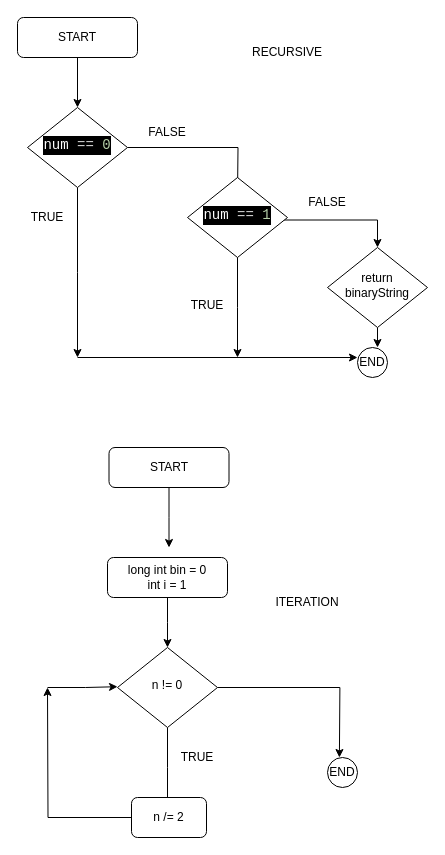
The draw.io diagram Untitled Diagram.drawio in MaxGitHub0515/College-labs, before the edit. Source tidied: cells renumbered, new cells numbered last; positions are measured from the earlier drawing's top-left corner, leaving out a move shared by most shapes. Both pictures are drawn from the tidied source at 100%, with x=0, y=0 at pixel (17, 17).
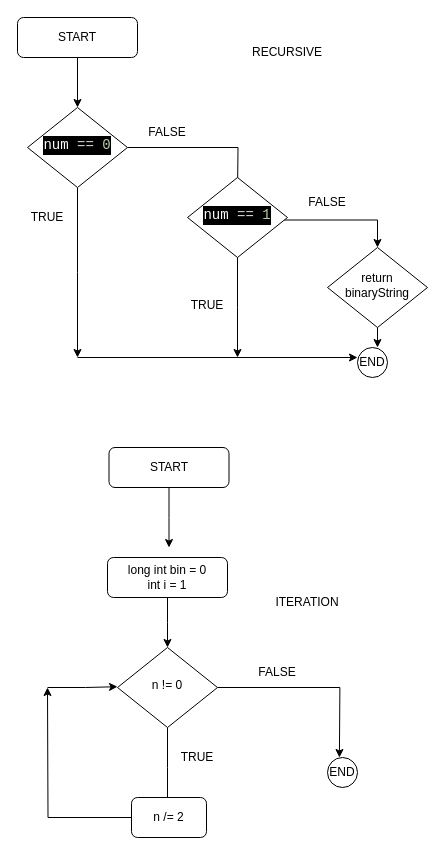
The same diagram, later.

What changed in the source:
```diff
@@
+    <mxCell id="32" value="FALSE" style="text;strokeColor=none;align=center;fillColor=none;html=1;verticalAlign=middle;whiteSpace=wrap;rounded=0;" parent="1" vertex="1">
+      <mxGeometry x="230" y="640" width="60" height="30" as="geometry" />
+    </mxCell>
```
